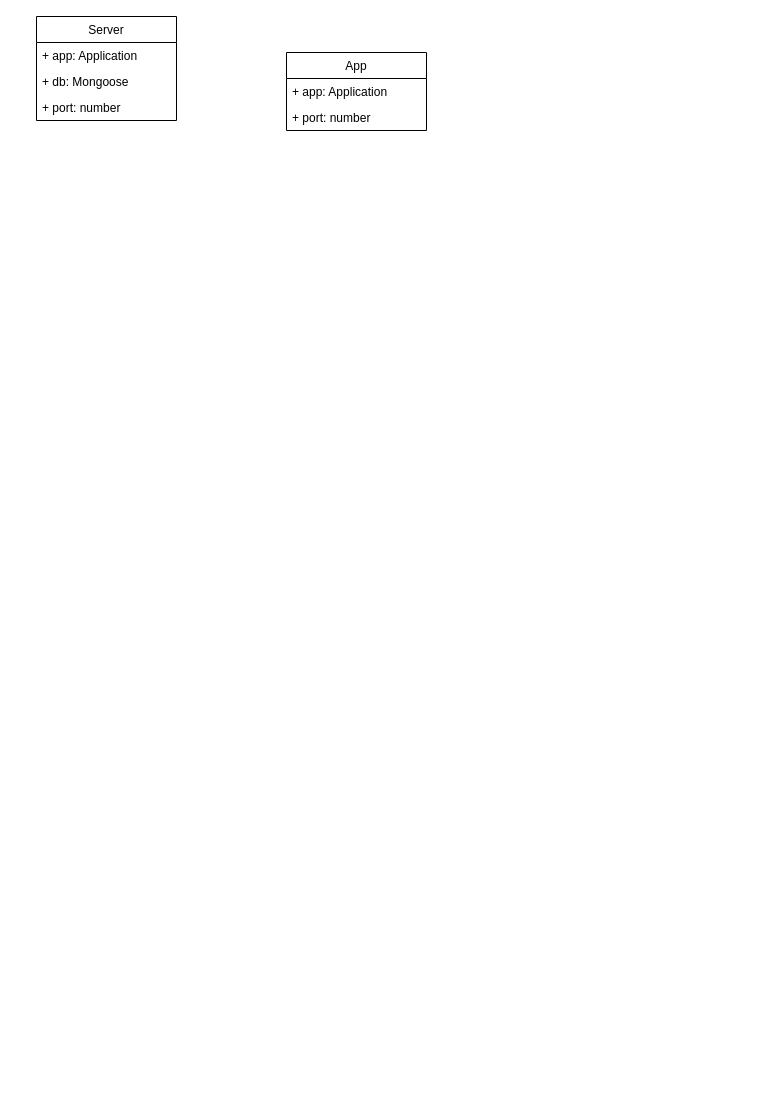
Before: backend/design.drawio in 4d44-bbe6/Catbert, a draw.io diagram. Source tidied: cells renumbered, new cells numbered last; positions are measured from the earlier drawing's top-left corner, leaving out a move shared by most shapes. Both pictures are drawn from the tidied source at 100%, with x=0, y=0 at pixel (36, 16).
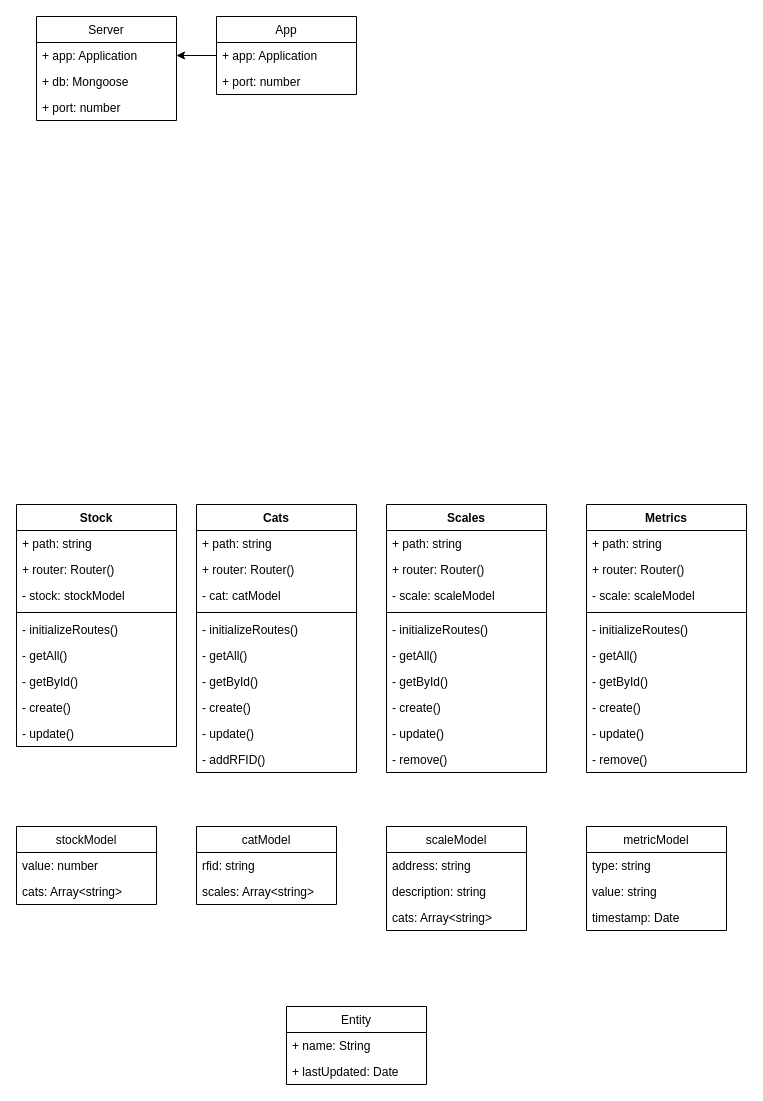
The same diagram, later.

Unchanged cells that the change refers to:
```xml
<mxCell id="3" value="+ app: Application&#10;" style="text;strokeColor=none;fillColor=none;align=left;verticalAlign=top;spacingLeft=4;spacingRight=4;overflow=hidden;points=[[0,0.5],[1,0.5]];portConstraint=eastwest;" parent="2" vertex="1">
  <mxGeometry y="26" width="140" height="26" as="geometry" />
</mxCell>
<mxCell id="7" value="+ app: Application" style="text;strokeColor=none;fillColor=none;align=left;verticalAlign=top;spacingLeft=4;spacingRight=4;overflow=hidden;points=[[0,0.5],[1,0.5]];portConstraint=eastwest;" parent="6" vertex="1">
  <mxGeometry y="26" width="140" height="26" as="geometry" />
</mxCell>
```

The edit, as a diff of the source:
```diff
@@
     <mxCell id="6" value="App" style="swimlane;fontStyle=0;horizontal=1;startSize=26;fillColor=none;" parent="1" vertex="1">
-      <mxGeometry x="250" y="36" width="140" height="78" as="geometry" />
+      <mxGeometry x="180" width="140" height="78" as="geometry" />
     </mxCell>
@@
+    <mxCell id="9" value="Entity" style="swimlane;fontStyle=0;horizontal=1;startSize=26;fillColor=none;" parent="1" vertex="1">
+      <mxGeometry x="250" y="990" width="140" height="78" as="geometry" />
+    </mxCell>
+    <mxCell id="10" value="+ name: String" style="text;strokeColor=none;fillColor=none;align=left;verticalAlign=top;spacingLeft=4;spacingRight=4;overflow=hidden;" parent="9" vertex="1">
+      <mxGeometry y="26" width="140" height="26" as="geometry" />
+    </mxCell>
+    <mxCell id="11" value="+ lastUpdated: Date" style="text;strokeColor=none;fillColor=none;align=left;verticalAlign=top;spacingLeft=4;spacingRight=4;overflow=hidden;" parent="9" vertex="1">
+      <mxGeometry y="52" width="140" height="26" as="geometry" />
+    </mxCell>
+    <mxCell id="12" style="edgeStyle=none;html=1;entryX=1;entryY=0.5;entryDx=0;entryDy=0;" parent="1" edge="1" source="7" target="3">
+      <mxGeometry relative="1" as="geometry" />
+    </mxCell>
+    <mxCell id="13" value="Cats" style="swimlane;fontStyle=1;align=center;verticalAlign=top;horizontal=1;startSize=26;" parent="1" vertex="1">
+      <mxGeometry x="160" y="488" width="160" height="268" as="geometry" />
+    </mxCell>
+    <mxCell id="14" value="+ path: string" style="text;strokeColor=none;fillColor=none;align=left;verticalAlign=top;spacingLeft=4;spacingRight=4;overflow=hidden;" parent="13" vertex="1">
+      <mxGeometry y="26" width="160" height="26" as="geometry" />
+    </mxCell>
+    <mxCell id="15" value="+ router: Router()" style="text;strokeColor=none;fillColor=none;align=left;verticalAlign=top;spacingLeft=4;spacingRight=4;overflow=hidden;" parent="13" vertex="1">
+      <mxGeometry y="52" width="160" height="26" as="geometry" />
+    </mxCell>
+    <mxCell id="16" value="- cat: catModel" style="text;strokeColor=none;fillColor=none;align=left;verticalAlign=top;spacingLeft=4;spacingRight=4;overflow=hidden;" parent="13" vertex="1">
+      <mxGeometry y="78" width="160" height="26" as="geometry" />
+    </mxCell>
+    <mxCell id="17" style="line;strokeWidth=1;fillColor=none;align=left;verticalAlign=middle;spacingTop=-1;spacingLeft=3;spacingRight=3;labelPosition=right;" parent="13" vertex="1">
+      <mxGeometry y="104" width="160" height="8" as="geometry" />
+    </mxCell>
+    <mxCell id="18" value="- initializeRoutes()" style="text;strokeColor=none;fillColor=none;align=left;verticalAlign=top;spacingLeft=4;spacingRight=4;overflow=hidden;" parent="13" vertex="1">
+      <mxGeometry y="112" width="160" height="26" as="geometry" />
+    </mxCell>
+    <mxCell id="19" value="- getAll()" style="text;strokeColor=none;fillColor=none;align=left;verticalAlign=top;spacingLeft=4;spacingRight=4;overflow=hidden;" parent="13" vertex="1">
+      <mxGeometry y="138" width="160" height="26" as="geometry" />
+    </mxCell>
+    <mxCell id="20" value="- getById()" style="text;strokeColor=none;fillColor=none;align=left;verticalAlign=top;spacingLeft=4;spacingRight=4;overflow=hidden;" parent="13" vertex="1">
+      <mxGeometry y="164" width="160" height="26" as="geometry" />
+    </mxCell>
+    <mxCell id="21" value="- create()" style="text;strokeColor=none;fillColor=none;align=left;verticalAlign=top;spacingLeft=4;spacingRight=4;overflow=hidden;" parent="13" vertex="1">
+      <mxGeometry y="190" width="160" height="26" as="geometry" />
+    </mxCell>
+    <mxCell id="22" value="- update()" style="text;strokeColor=none;fillColor=none;align=left;verticalAlign=top;spacingLeft=4;spacingRight=4;overflow=hidden;" parent="13" vertex="1">
+      <mxGeometry y="216" width="160" height="26" as="geometry" />
+    </mxCell>
+    <mxCell id="23" value="- addRFID()" style="text;strokeColor=none;fillColor=none;align=left;verticalAlign=top;spacingLeft=4;spacingRight=4;overflow=hidden;" parent="13" vertex="1">
+      <mxGeometry y="242" width="160" height="26" as="geometry" />
+    </mxCell>
+    <mxCell id="24" value="catModel" style="swimlane;fontStyle=0;horizontal=1;startSize=26;fillColor=none;" parent="1" vertex="1">
+      <mxGeometry x="160" y="810" width="140" height="78" as="geometry" />
+    </mxCell>
+    <mxCell id="25" value="rfid: string" style="text;strokeColor=none;fillColor=none;align=left;verticalAlign=top;spacingLeft=4;spacingRight=4;overflow=hidden;" parent="24" vertex="1">
+      <mxGeometry y="26" width="140" height="26" as="geometry" />
+    </mxCell>
+    <mxCell id="26" value="scales: Array&lt;string&gt;" style="text;strokeColor=none;fillColor=none;align=left;verticalAlign=top;spacingLeft=4;spacingRight=4;overflow=hidden;" parent="24" vertex="1">
+      <mxGeometry y="52" width="140" height="26" as="geometry" />
+    </mxCell>
+    <mxCell id="27" value="Stock" style="swimlane;fontStyle=1;align=center;verticalAlign=top;horizontal=1;startSize=26;" parent="1" vertex="1">
+      <mxGeometry x="-20" y="488" width="160" height="242" as="geometry" />
+    </mxCell>
+    <mxCell id="28" value="+ path: string" style="text;strokeColor=none;fillColor=none;align=left;verticalAlign=top;spacingLeft=4;spacingRight=4;overflow=hidden;" parent="27" vertex="1">
+      <mxGeometry y="26" width="160" height="26" as="geometry" />
+    </mxCell>
+    <mxCell id="29" value="+ router: Router()" style="text;strokeColor=none;fillColor=none;align=left;verticalAlign=top;spacingLeft=4;spacingRight=4;overflow=hidden;" parent="27" vertex="1">
+      <mxGeometry y="52" width="160" height="26" as="geometry" />
+    </mxCell>
+    <mxCell id="30" value="- stock: stockModel" style="text;strokeColor=none;fillColor=none;align=left;verticalAlign=top;spacingLeft=4;spacingRight=4;overflow=hidden;" parent="27" vertex="1">
+      <mxGeometry y="78" width="160" height="26" as="geometry" />
+    </mxCell>
+    <mxCell id="31" style="line;strokeWidth=1;fillColor=none;align=left;verticalAlign=middle;spacingTop=-1;spacingLeft=3;spacingRight=3;labelPosition=right;" parent="27" vertex="1">
+      <mxGeometry y="104" width="160" height="8" as="geometry" />
+    </mxCell>
+    <mxCell id="32" value="- initializeRoutes()" style="text;strokeColor=none;fillColor=none;align=left;verticalAlign=top;spacingLeft=4;spacingRight=4;overflow=hidden;" parent="27" vertex="1">
+      <mxGeometry y="112" width="160" height="26" as="geometry" />
+    </mxCell>
+    <mxCell id="33" value="- getAll()" style="text;strokeColor=none;fillColor=none;align=left;verticalAlign=top;spacingLeft=4;spacingRight=4;overflow=hidden;" parent="27" vertex="1">
+      <mxGeometry y="138" width="160" height="26" as="geometry" />
+    </mxCell>
+    <mxCell id="34" value="- getById()" style="text;strokeColor=none;fillColor=none;align=left;verticalAlign=top;spacingLeft=4;spacingRight=4;overflow=hidden;" parent="27" vertex="1">
+      <mxGeometry y="164" width="160" height="26" as="geometry" />
+    </mxCell>
+    <mxCell id="35" value="- create()" style="text;strokeColor=none;fillColor=none;align=left;verticalAlign=top;spacingLeft=4;spacingRight=4;overflow=hidden;" parent="27" vertex="1">
+      <mxGeometry y="190" width="160" height="26" as="geometry" />
+    </mxCell>
+    <mxCell id="36" value="- update()" style="text;strokeColor=none;fillColor=none;align=left;verticalAlign=top;spacingLeft=4;spacingRight=4;overflow=hidden;" parent="27" vertex="1">
+      <mxGeometry y="216" width="160" height="26" as="geometry" />
+    </mxCell>
+    <mxCell id="37" value="stockModel" style="swimlane;fontStyle=0;horizontal=1;startSize=26;fillColor=none;" parent="1" vertex="1">
+      <mxGeometry x="-20" y="810" width="140" height="78" as="geometry" />
+    </mxCell>
+    <mxCell id="38" value="value: number" style="text;strokeColor=none;fillColor=none;align=left;verticalAlign=top;spacingLeft=4;spacingRight=4;overflow=hidden;" parent="37" vertex="1">
+      <mxGeometry y="26" width="140" height="26" as="geometry" />
+    </mxCell>
+    <mxCell id="39" value="cats: Array&lt;string&gt;" style="text;strokeColor=none;fillColor=none;align=left;verticalAlign=top;spacingLeft=4;spacingRight=4;overflow=hidden;" parent="37" vertex="1">
+      <mxGeometry y="52" width="140" height="26" as="geometry" />
+    </mxCell>
+    <mxCell id="40" value="Scales" style="swimlane;fontStyle=1;align=center;verticalAlign=top;horizontal=1;startSize=26;" parent="1" vertex="1">
+      <mxGeometry x="350" y="488" width="160" height="268" as="geometry" />
+    </mxCell>
+    <mxCell id="41" value="+ path: string" style="text;strokeColor=none;fillColor=none;align=left;verticalAlign=top;spacingLeft=4;spacingRight=4;overflow=hidden;" parent="40" vertex="1">
+      <mxGeometry y="26" width="160" height="26" as="geometry" />
+    </mxCell>
+    <mxCell id="42" value="+ router: Router()" style="text;strokeColor=none;fillColor=none;align=left;verticalAlign=top;spacingLeft=4;spacingRight=4;overflow=hidden;" parent="40" vertex="1">
+      <mxGeometry y="52" width="160" height="26" as="geometry" />
+    </mxCell>
+    <mxCell id="43" value="- scale: scaleModel" style="text;strokeColor=none;fillColor=none;align=left;verticalAlign=top;spacingLeft=4;spacingRight=4;overflow=hidden;" parent="40" vertex="1">
+      <mxGeometry y="78" width="160" height="26" as="geometry" />
+    </mxCell>
+    <mxCell id="44" style="line;strokeWidth=1;fillColor=none;align=left;verticalAlign=middle;spacingTop=-1;spacingLeft=3;spacingRight=3;labelPosition=right;" parent="40" vertex="1">
+      <mxGeometry y="104" width="160" height="8" as="geometry" />
+    </mxCell>
+    <mxCell id="45" value="- initializeRoutes()" style="text;strokeColor=none;fillColor=none;align=left;verticalAlign=top;spacingLeft=4;spacingRight=4;overflow=hidden;" parent="40" vertex="1">
+      <mxGeometry y="112" width="160" height="26" as="geometry" />
+    </mxCell>
+    <mxCell id="46" value="- getAll()" style="text;strokeColor=none;fillColor=none;align=left;verticalAlign=top;spacingLeft=4;spacingRight=4;overflow=hidden;" parent="40" vertex="1">
+      <mxGeometry y="138" width="160" height="26" as="geometry" />
+    </mxCell>
+    <mxCell id="47" value="- getById()" style="text;strokeColor=none;fillColor=none;align=left;verticalAlign=top;spacingLeft=4;spacingRight=4;overflow=hidden;" parent="40" vertex="1">
+      <mxGeometry y="164" width="160" height="26" as="geometry" />
+    </mxCell>
+    <mxCell id="48" value="- create()" style="text;strokeColor=none;fillColor=none;align=left;verticalAlign=top;spacingLeft=4;spacingRight=4;overflow=hidden;" parent="40" vertex="1">
+      <mxGeometry y="190" width="160" height="26" as="geometry" />
+    </mxCell>
+    <mxCell id="49" value="- update()" style="text;strokeColor=none;fillColor=none;align=left;verticalAlign=top;spacingLeft=4;spacingRight=4;overflow=hidden;" parent="40" vertex="1">
+      <mxGeometry y="216" width="160" height="26" as="geometry" />
+    </mxCell>
+    <mxCell id="50" value="- remove()" style="text;strokeColor=none;fillColor=none;align=left;verticalAlign=top;spacingLeft=4;spacingRight=4;overflow=hidden;" parent="40" vertex="1">
+      <mxGeometry y="242" width="160" height="26" as="geometry" />
+    </mxCell>
+    <mxCell id="51" value="scaleModel" style="swimlane;fontStyle=0;horizontal=1;startSize=26;fillColor=none;" parent="1" vertex="1">
+      <mxGeometry x="350" y="810" width="140" height="104" as="geometry" />
+    </mxCell>
+    <mxCell id="52" value="address: string" style="text;strokeColor=none;fillColor=none;align=left;verticalAlign=top;spacingLeft=4;spacingRight=4;overflow=hidden;" parent="51" vertex="1">
+      <mxGeometry y="26" width="140" height="26" as="geometry" />
+    </mxCell>
+    <mxCell id="53" value="description: string" style="text;strokeColor=none;fillColor=none;align=left;verticalAlign=top;spacingLeft=4;spacingRight=4;overflow=hidden;" parent="51" vertex="1">
+      <mxGeometry y="52" width="140" height="26" as="geometry" />
+    </mxCell>
+    <mxCell id="54" value="cats: Array&lt;string&gt;" style="text;strokeColor=none;fillColor=none;align=left;verticalAlign=top;spacingLeft=4;spacingRight=4;overflow=hidden;" parent="51" vertex="1">
+      <mxGeometry y="78" width="140" height="26" as="geometry" />
+    </mxCell>
+    <mxCell id="55" value="Metrics" style="swimlane;fontStyle=1;align=center;verticalAlign=top;horizontal=1;startSize=26;" parent="1" vertex="1">
+      <mxGeometry x="550" y="488" width="160" height="268" as="geometry" />
+    </mxCell>
+    <mxCell id="56" value="+ path: string" style="text;strokeColor=none;fillColor=none;align=left;verticalAlign=top;spacingLeft=4;spacingRight=4;overflow=hidden;" parent="55" vertex="1">
+      <mxGeometry y="26" width="160" height="26" as="geometry" />
+    </mxCell>
+    <mxCell id="57" value="+ router: Router()" style="text;strokeColor=none;fillColor=none;align=left;verticalAlign=top;spacingLeft=4;spacingRight=4;overflow=hidden;" parent="55" vertex="1">
+      <mxGeometry y="52" width="160" height="26" as="geometry" />
+    </mxCell>
+    <mxCell id="58" value="- scale: scaleModel" style="text;strokeColor=none;fillColor=none;align=left;verticalAlign=top;spacingLeft=4;spacingRight=4;overflow=hidden;" parent="55" vertex="1">
+      <mxGeometry y="78" width="160" height="26" as="geometry" />
+    </mxCell>
+    <mxCell id="59" style="line;strokeWidth=1;fillColor=none;align=left;verticalAlign=middle;spacingTop=-1;spacingLeft=3;spacingRight=3;labelPosition=right;" parent="55" vertex="1">
+      <mxGeometry y="104" width="160" height="8" as="geometry" />
+    </mxCell>
+    <mxCell id="60" value="- initializeRoutes()" style="text;strokeColor=none;fillColor=none;align=left;verticalAlign=top;spacingLeft=4;spacingRight=4;overflow=hidden;" parent="55" vertex="1">
+      <mxGeometry y="112" width="160" height="26" as="geometry" />
+    </mxCell>
+    <mxCell id="61" value="- getAll()" style="text;strokeColor=none;fillColor=none;align=left;verticalAlign=top;spacingLeft=4;spacingRight=4;overflow=hidden;" parent="55" vertex="1">
+      <mxGeometry y="138" width="160" height="26" as="geometry" />
+    </mxCell>
+    <mxCell id="62" value="- getById()" style="text;strokeColor=none;fillColor=none;align=left;verticalAlign=top;spacingLeft=4;spacingRight=4;overflow=hidden;" parent="55" vertex="1">
+      <mxGeometry y="164" width="160" height="26" as="geometry" />
+    </mxCell>
+    <mxCell id="63" value="- create()" style="text;strokeColor=none;fillColor=none;align=left;verticalAlign=top;spacingLeft=4;spacingRight=4;overflow=hidden;" parent="55" vertex="1">
+      <mxGeometry y="190" width="160" height="26" as="geometry" />
+    </mxCell>
+    <mxCell id="64" value="- update()" style="text;strokeColor=none;fillColor=none;align=left;verticalAlign=top;spacingLeft=4;spacingRight=4;overflow=hidden;" parent="55" vertex="1">
+      <mxGeometry y="216" width="160" height="26" as="geometry" />
+    </mxCell>
+    <mxCell id="65" value="- remove()" style="text;strokeColor=none;fillColor=none;align=left;verticalAlign=top;spacingLeft=4;spacingRight=4;overflow=hidden;" parent="55" vertex="1">
+      <mxGeometry y="242" width="160" height="26" as="geometry" />
+    </mxCell>
+    <mxCell id="66" value="metricModel" style="swimlane;fontStyle=0;horizontal=1;startSize=26;fillColor=none;" parent="1" vertex="1">
+      <mxGeometry x="550" y="810" width="140" height="104" as="geometry" />
+    </mxCell>
+    <mxCell id="67" value="type: string" style="text;strokeColor=none;fillColor=none;align=left;verticalAlign=top;spacingLeft=4;spacingRight=4;overflow=hidden;" parent="66" vertex="1">
+      <mxGeometry y="26" width="140" height="26" as="geometry" />
+    </mxCell>
+    <mxCell id="68" value="value: string" style="text;strokeColor=none;fillColor=none;align=left;verticalAlign=top;spacingLeft=4;spacingRight=4;overflow=hidden;" parent="66" vertex="1">
+      <mxGeometry y="52" width="140" height="26" as="geometry" />
+    </mxCell>
+    <mxCell id="69" value="timestamp: Date" style="text;strokeColor=none;fillColor=none;align=left;verticalAlign=top;spacingLeft=4;spacingRight=4;overflow=hidden;" parent="66" vertex="1">
+      <mxGeometry y="78" width="140" height="26" as="geometry" />
+    </mxCell>
```
